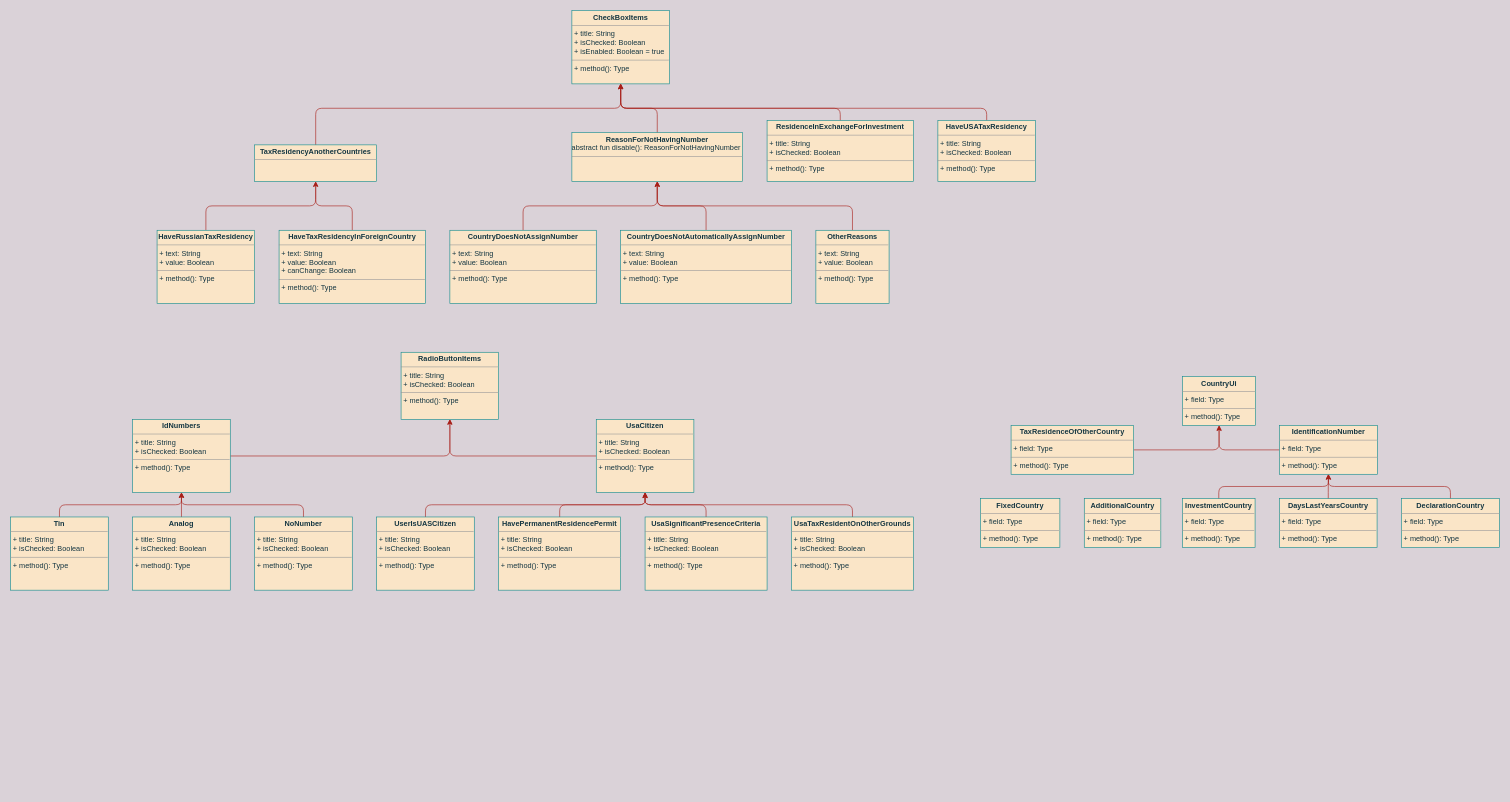
The draw.io diagram UNI-16532.drawio in ShiryaevNikolay/diagrams, before the edit. Source tidied: cells renumbered, new cells numbered last; positions are measured from the earlier drawing's top-left corner, leaving out a move shared by most shapes. Both pictures are drawn from the tidied source at 61%, with x=0, y=0 at pixel (10, 10).
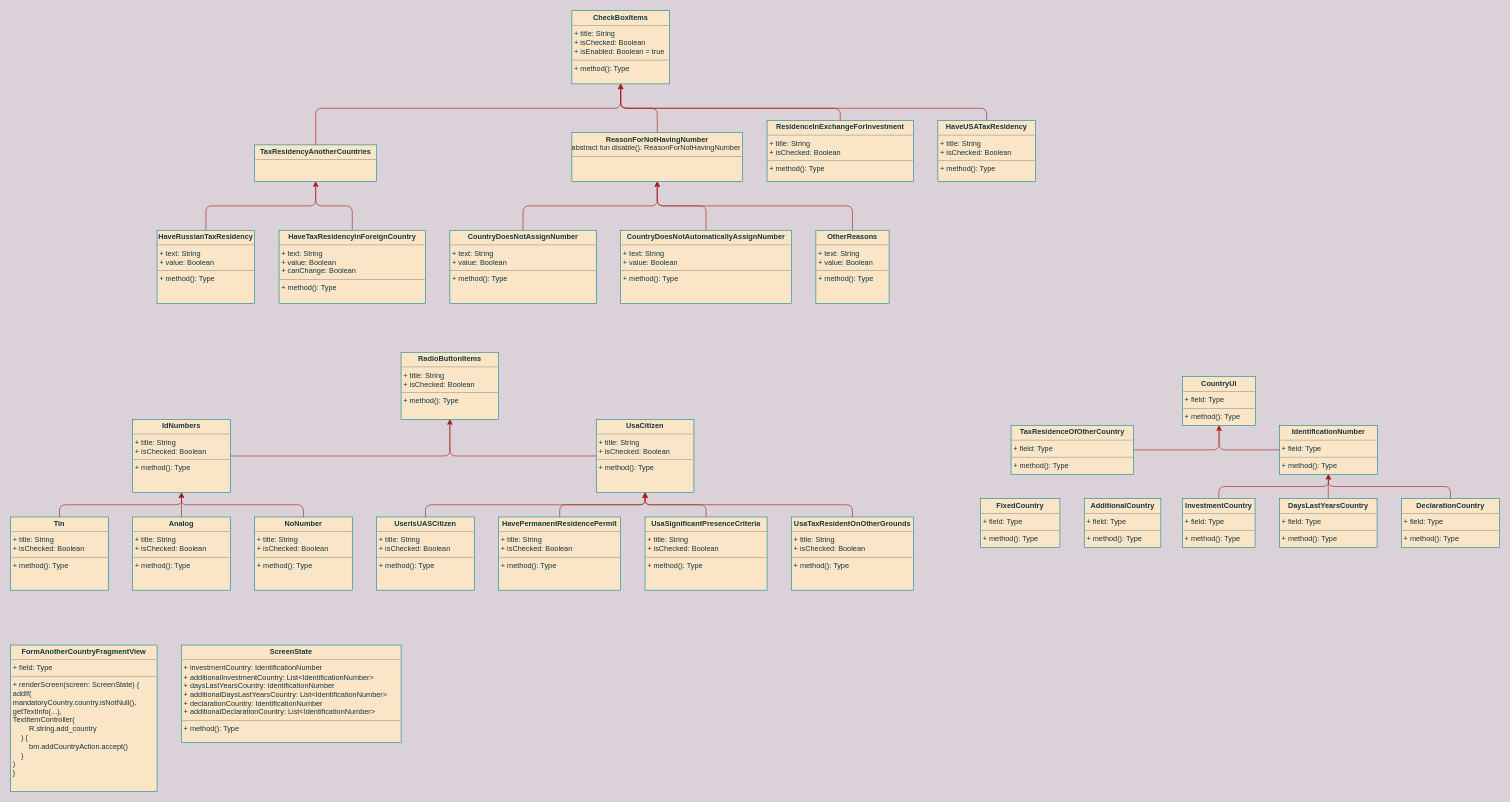
The same diagram, later.

The edit, as a diff of the source:
```diff
@@
+    <mxCell id="53" value="&lt;p style=&quot;margin:0px;margin-top:4px;text-align:center;&quot;&gt;&lt;b&gt;FormAnotherCountryFragmentView&lt;/b&gt;&lt;/p&gt;&lt;hr size=&quot;1&quot;&gt;&lt;p style=&quot;margin:0px;margin-left:4px;&quot;&gt;+ field: Type&lt;/p&gt;&lt;hr size=&quot;1&quot;&gt;&lt;p style=&quot;margin:0px;margin-left:4px;&quot;&gt;+ renderScreen(screen: ScreenState) {&lt;/p&gt;&lt;p style=&quot;margin:0px;margin-left:4px;&quot;&gt;addIf(&lt;/p&gt;&lt;p style=&quot;margin:0px;margin-left:4px;&quot;&gt;mandatoryCountry.country.isNotNull(),&lt;/p&gt;&lt;p style=&quot;margin:0px;margin-left:4px;&quot;&gt;getTextInfo(...),&lt;/p&gt;&lt;p style=&quot;margin:0px;margin-left:4px;&quot;&gt;TextItemController(&lt;br&gt;&amp;nbsp;&amp;nbsp;&amp;nbsp;&amp;nbsp;&amp;nbsp;&amp;nbsp;&amp;nbsp; R.string.add_country&lt;br&gt;&amp;nbsp;&amp;nbsp;&amp;nbsp; ) {&lt;br&gt;&amp;nbsp;&amp;nbsp;&amp;nbsp;&amp;nbsp;&amp;nbsp;&amp;nbsp;&amp;nbsp; bm.addCountryAction.accept()&lt;br&gt;&amp;nbsp;&amp;nbsp;&amp;nbsp; }&lt;br&gt;&lt;/p&gt;&lt;p style=&quot;margin:0px;margin-left:4px;&quot;&gt;)&lt;br&gt;&lt;/p&gt;&lt;p style=&quot;margin:0px;margin-left:4px;&quot;&gt;}&lt;br&gt;&lt;/p&gt;" style="verticalAlign=top;align=left;overflow=fill;fontSize=12;fontFamily=Helvetica;html=1;rounded=0;sketch=0;fontColor=#143642;strokeColor=#0F8B8D;fillColor=#FAE5C7;" parent="1" vertex="1">
+      <mxGeometry y="1040" width="240" height="240" as="geometry" />
+    </mxCell>
+    <mxCell id="54" value="&lt;p style=&quot;margin:0px;margin-top:4px;text-align:center;&quot;&gt;&lt;b&gt;ScreenState&lt;/b&gt;&lt;/p&gt;&lt;hr size=&quot;1&quot;&gt;&lt;p style=&quot;margin:0px;margin-left:4px;&quot;&gt;+ investmentCountry: IdentificationNumber&lt;/p&gt;&lt;p style=&quot;margin:0px;margin-left:4px;&quot;&gt;+ additionalInvestmentCountry: List&amp;lt;IdentificationNumber&amp;gt;&lt;br&gt;&lt;/p&gt;&lt;p style=&quot;margin:0px;margin-left:4px;&quot;&gt;+ daysLastYearsCountry: IdentificationNumber&lt;/p&gt;&lt;p style=&quot;margin:0px;margin-left:4px;&quot;&gt;+ additionalDaysLastYearsCountry: List&amp;lt;IdentificationNumber&amp;gt;&lt;br&gt;&lt;/p&gt;&lt;p style=&quot;margin:0px;margin-left:4px;&quot;&gt;+ declarationCountry: IdentificationNumber&lt;/p&gt;&lt;p style=&quot;margin:0px;margin-left:4px;&quot;&gt;+ additionalDeclarationCountry: List&amp;lt;IdentificationNumber&amp;gt;&lt;br&gt;&lt;/p&gt;&lt;hr size=&quot;1&quot;&gt;&lt;p style=&quot;margin:0px;margin-left:4px;&quot;&gt;+ method(): Type&lt;/p&gt;" style="verticalAlign=top;align=left;overflow=fill;fontSize=12;fontFamily=Helvetica;html=1;rounded=0;sketch=0;fontColor=#143642;strokeColor=#0F8B8D;fillColor=#FAE5C7;" parent="1" vertex="1">
+      <mxGeometry x="280" y="1040" width="360" height="160" as="geometry" />
+    </mxCell>
```
